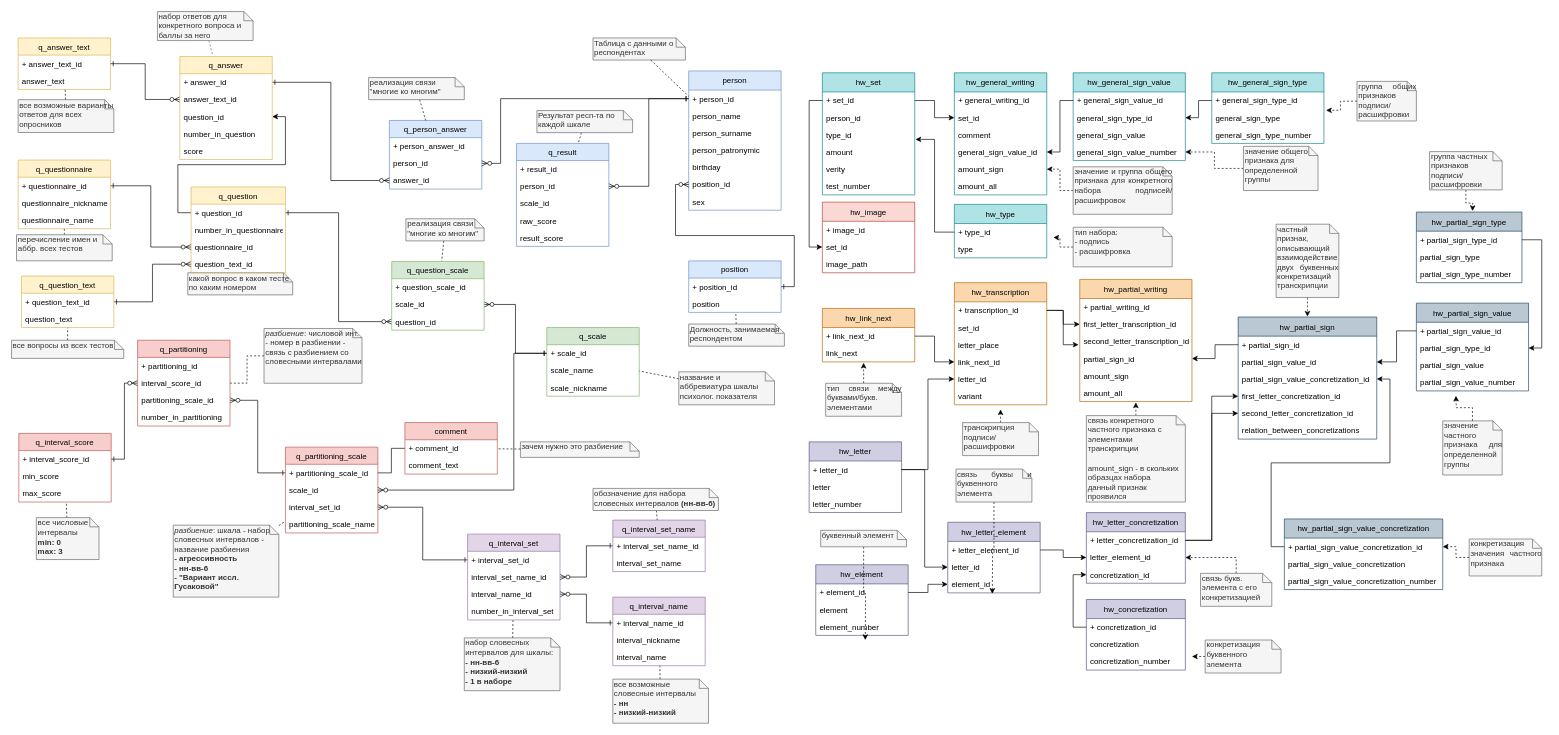
This is HW_1.drawio from Onvember/stuff, a draw.io file, before an edit. Source tidied: cells renumbered, new cells numbered last; positions are measured from the earlier drawing's top-left corner, leaving out a move shared by most shapes. Both pictures are drawn from the tidied source at 66%, with x=0, y=0 at pixel (11, 11).
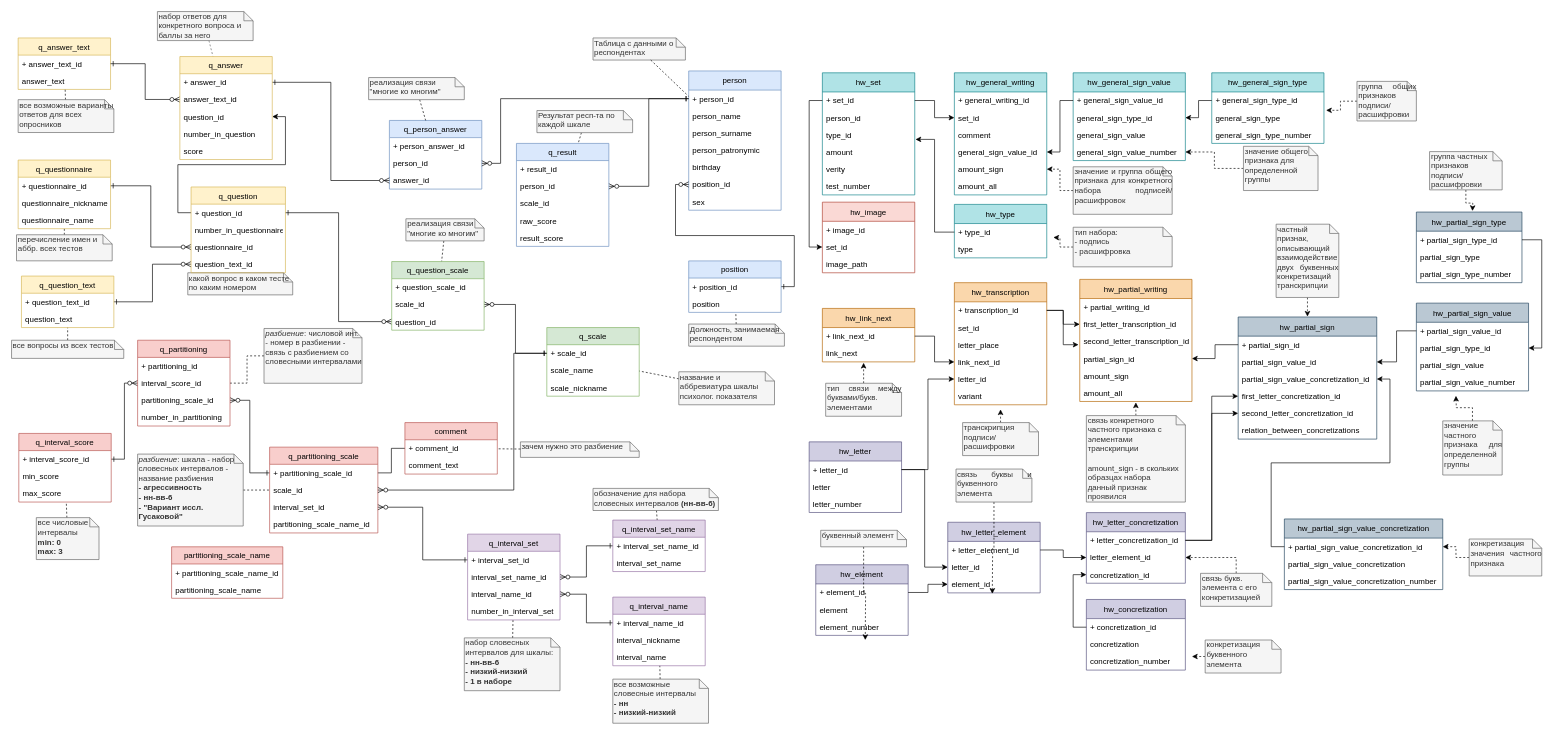
The same diagram, later.

What changed in the source:
```diff
@@
     <mxCell id="189" value="&lt;i&gt;разбиение&lt;/i&gt;: шкала - набор словесных интервалов - название разбиения&lt;br&gt;&lt;b&gt;- агрессивность&lt;br&gt;- нн-вв-6&lt;br&gt;- &quot;Вариант иссл. Гусаковой&quot;&lt;/b&gt;" style="shape=note;whiteSpace=wrap;html=1;size=14;verticalAlign=top;align=left;spacingTop=-6;fillColor=#f5f5f5;strokeColor=#666666;fontColor=#333333;" parent="1" vertex="1">
-      <mxGeometry x="245" y="778.2" width="160" height="109" as="geometry" />
+      <mxGeometry x="191" y="670.5" width="160" height="109" as="geometry" />
     </mxCell>
@@
     <mxCell id="230" value="q_partitioning_scale" style="swimlane;fontStyle=0;horizontal=1;startSize=26;fillColor=#f8cecc;strokeColor=#b85450;" parent="1" vertex="1">
-      <mxGeometry x="415" y="660" width="140" height="130" as="geometry" />
+      <mxGeometry x="391" y="660" width="164" height="130" as="geometry" />
     </mxCell>
     <mxCell id="231" value="+ partitioning_scale_id" style="text;strokeColor=none;fillColor=none;align=left;verticalAlign=top;spacingLeft=4;spacingRight=4;overflow=hidden;points=[[0,0.5],[1,0.5]];portConstraint=eastwest;" parent="230" vertex="1">
-      <mxGeometry y="26" width="140" height="26" as="geometry" />
+      <mxGeometry y="26" width="164" height="26" as="geometry" />
     </mxCell>
     <mxCell id="232" value="scale_id" style="text;strokeColor=none;fillColor=none;align=left;verticalAlign=top;spacingLeft=4;spacingRight=4;overflow=hidden;points=[[0,0.5],[1,0.5]];portConstraint=eastwest;" parent="230" vertex="1">
-      <mxGeometry y="52" width="140" height="26" as="geometry" />
+      <mxGeometry y="52" width="164" height="26" as="geometry" />
     </mxCell>
     <mxCell id="233" value="interval_set_id" style="text;strokeColor=none;fillColor=none;align=left;verticalAlign=top;spacingLeft=4;spacingRight=4;overflow=hidden;points=[[0,0.5],[1,0.5]];portConstraint=eastwest;" parent="230" vertex="1">
-      <mxGeometry y="78" width="140" height="26" as="geometry" />
+      <mxGeometry y="78" width="164" height="26" as="geometry" />
     </mxCell>
-    <mxCell id="234" value="partitioning_scale_name" style="text;strokeColor=none;fillColor=none;align=left;verticalAlign=top;spacingLeft=4;spacingRight=4;overflow=hidden;" parent="230" vertex="1">
-      <mxGeometry y="104" width="140" height="26" as="geometry" />
+    <mxCell id="234" value="partitioning_scale_name_id" style="text;strokeColor=none;fillColor=none;align=left;verticalAlign=top;spacingLeft=4;spacingRight=4;overflow=hidden;" parent="230" vertex="1">
+      <mxGeometry y="104" width="164" height="26" as="geometry" />
     </mxCell>
@@
+    <mxCell id="270" value="partitioning_scale_name" style="swimlane;fontStyle=0;horizontal=1;startSize=26;fillColor=#f8cecc;strokeColor=#b85450;" parent="1" vertex="1">
+      <mxGeometry x="242.5" y="811" width="168.5" height="78" as="geometry" />
+    </mxCell>
+    <mxCell id="271" value="+ partitioning_scale_name_id" style="text;strokeColor=none;fillColor=none;align=left;verticalAlign=top;spacingLeft=4;spacingRight=4;overflow=hidden;" parent="270" vertex="1">
+      <mxGeometry y="26" width="168.5" height="26" as="geometry" />
+    </mxCell>
+    <mxCell id="272" value="partitioning_scale_name" style="text;strokeColor=none;fillColor=none;align=left;verticalAlign=top;spacingLeft=4;spacingRight=4;overflow=hidden;" parent="270" vertex="1">
+      <mxGeometry y="52" width="168.5" height="26" as="geometry" />
+    </mxCell>
```
